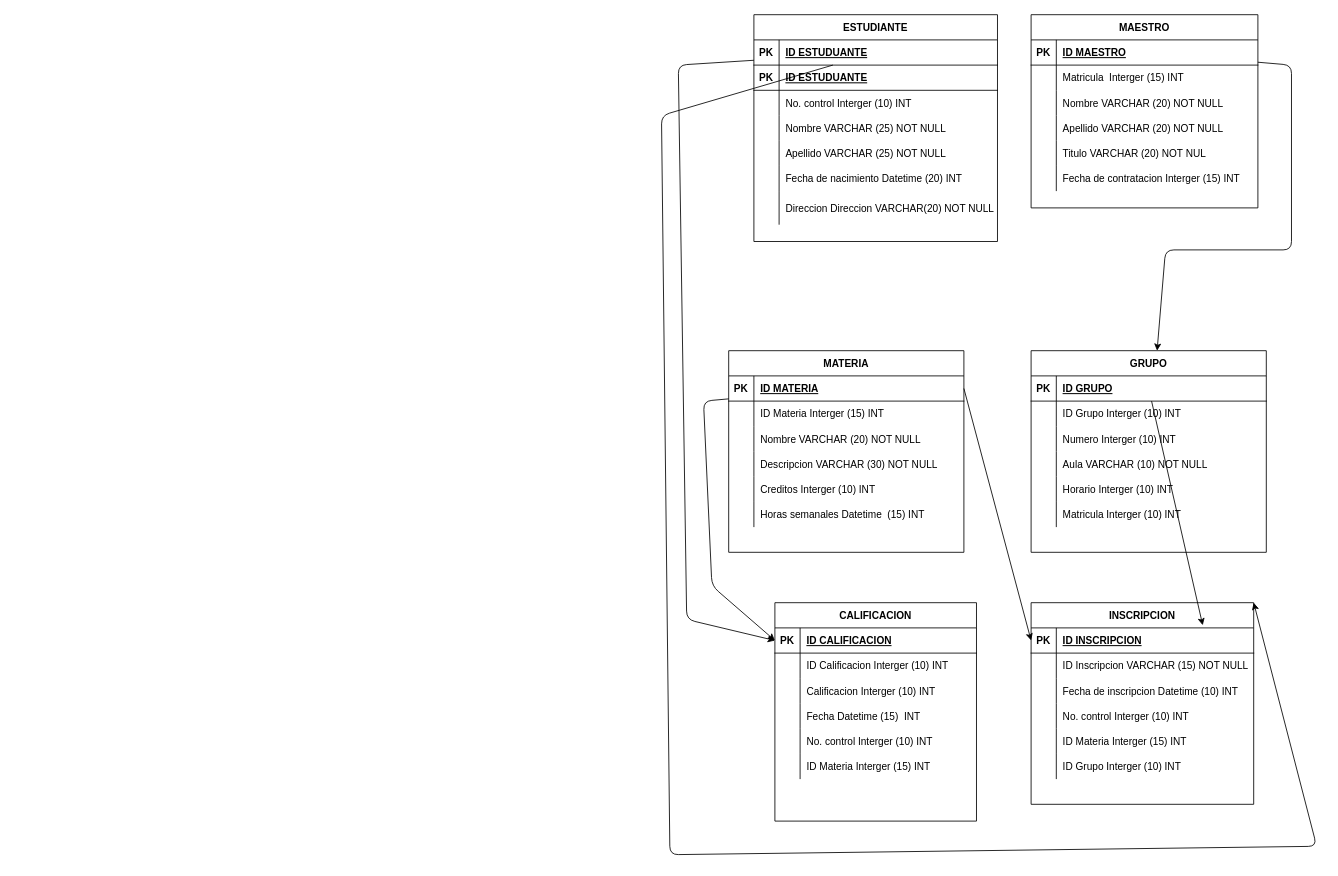
This is page "EXAMEN U3" (4 of 4) of Diagramas/TRABAJO 1-PROYECTO.drawio from Angel-antonio03/FDB-ANGEL-ANTONIO-LOPEZ, a draw.io file, before an edit. Source tidied: cells renumbered, new cells numbered last; positions are measured from the earlier drawing's top-left corner, leaving out a move shared by most shapes. Both pictures are drawn from the tidied source at 84%, with x=0, y=0 at pixel (661, 14).
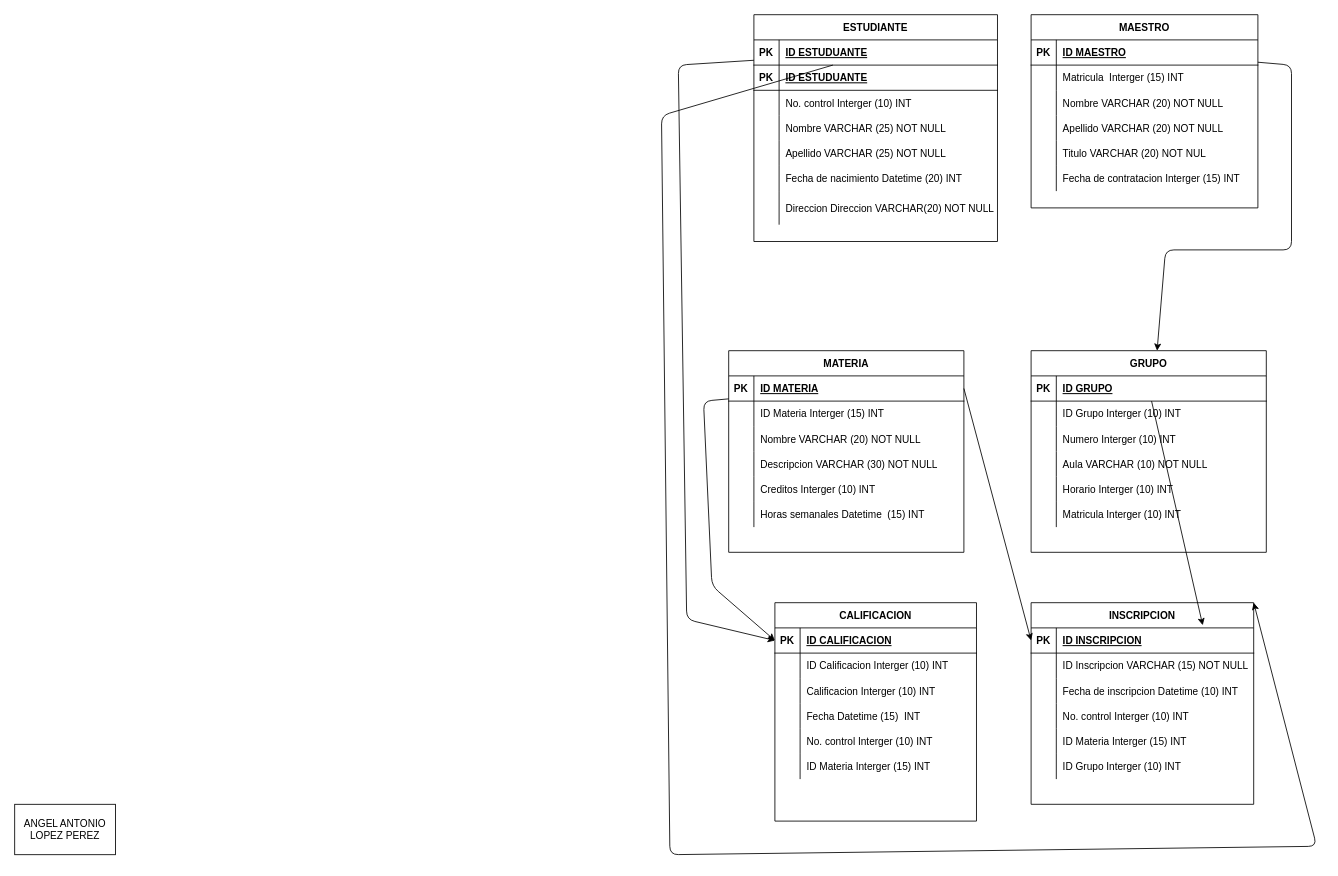
The same page after the edit.

Diff of the diagram source:
```diff
@@
+    <mxCell id="125" value="ANGEL ANTONIO LOPEZ PEREZ" style="whiteSpace=wrap;html=1;" parent="1" vertex="1">
+      <mxGeometry x="-770" y="940" width="120" height="60" as="geometry" />
+    </mxCell>
```
